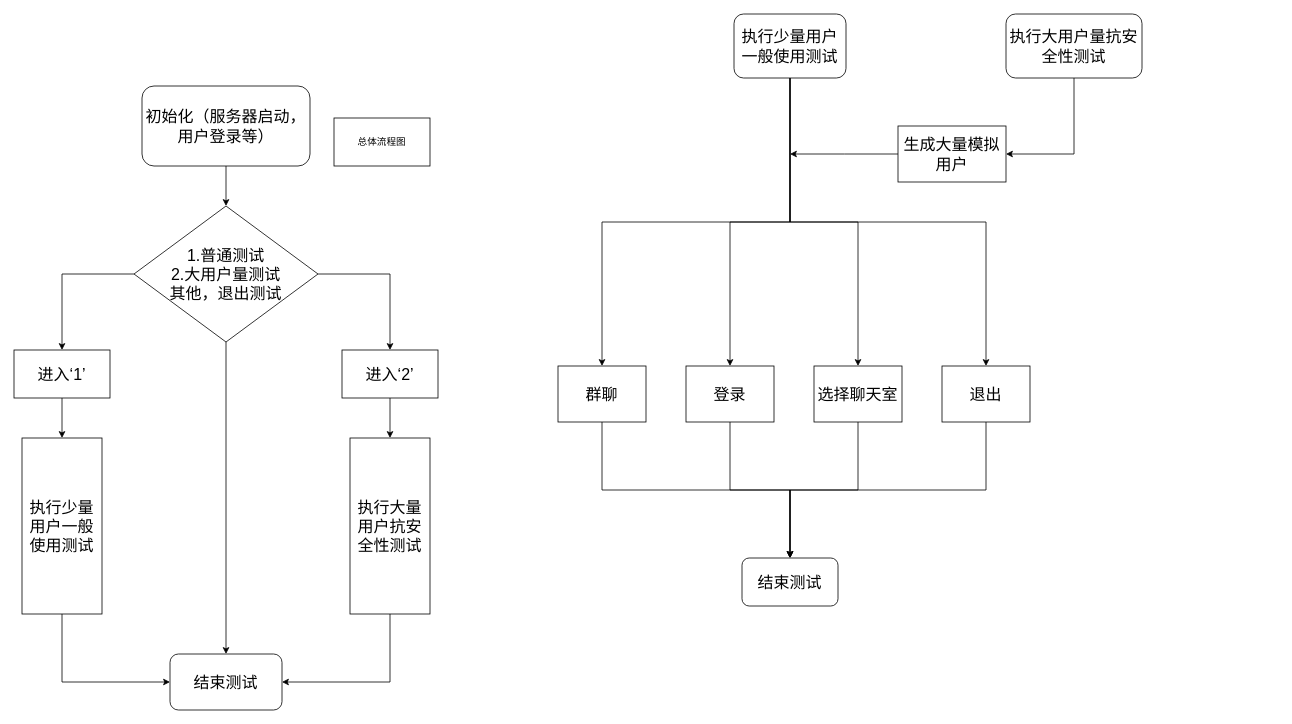
The draw.io diagram 总体流程图.drawio in AusertDream/MultiplayerChatRoom, before the edit. Source tidied: cells renumbered, new cells numbered last; positions are measured from the earlier drawing's top-left corner, leaving out a move shared by most shapes. Both pictures are drawn from the tidied source at 80%, with x=0, y=0 at pixel (14, 14).
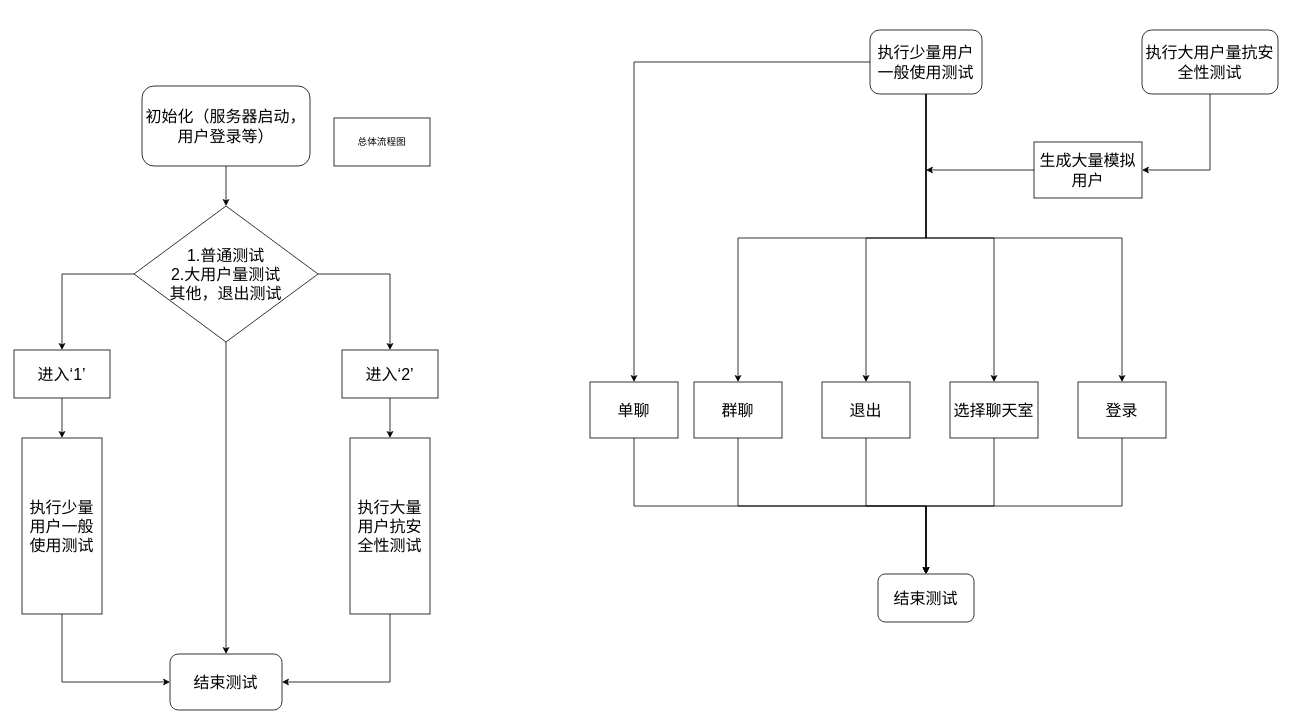
The same diagram, later.

Commit message:
更新总体流程图.drawio

Change to the diagram source:
```diff
@@
     <mxCell id="18" style="edgeStyle=orthogonalEdgeStyle;rounded=0;jettySize=auto;html=1;entryX=0.5;entryY=0;entryDx=0;entryDy=0;" parent="1" edge="1" source="22" target="28">
       <mxGeometry relative="1" as="geometry">
         <Array as="points">
-          <mxPoint x="970" y="260" />
-          <mxPoint x="895" y="260" />
+          <mxPoint x="1140" y="280" />
+          <mxPoint x="1065" y="280" />
         </Array>
       </mxGeometry>
     </mxCell>
@@
+    <mxCell id="36" style="edgeStyle=orthogonalEdgeStyle;rounded=0;jettySize=auto;html=1;entryX=0.5;entryY=0;entryDx=0;entryDy=0;" parent="1" edge="1" source="22" target="38">
+      <mxGeometry relative="1" as="geometry" />
+    </mxCell>
     <mxCell id="22" value="&lt;font style=&quot;font-size: 20px;&quot;&gt;执行少量用户一般使用测试&lt;/font&gt;" style="rounded=1;whiteSpace=wrap;html=1;" parent="1" vertex="1">
-      <mxGeometry x="900" width="140" height="80" as="geometry" />
+      <mxGeometry x="1070" y="20" width="140" height="80" as="geometry" />
     </mxCell>
@@
     <mxCell id="24" value="&lt;font style=&quot;font-size: 20px;&quot;&gt;执行大用户量抗安全性测试&lt;/font&gt;" style="rounded=1;whiteSpace=wrap;html=1;" parent="1" vertex="1">
-      <mxGeometry x="1240" width="170" height="80" as="geometry" />
+      <mxGeometry x="1410" y="20" width="170" height="80" as="geometry" />
     </mxCell>
@@
     <mxCell id="26" value="&lt;font style=&quot;font-size: 20px;&quot;&gt;群聊&lt;/font&gt;" style="rounded=0;whiteSpace=wrap;html=1;" parent="1" vertex="1">
-      <mxGeometry x="680" y="440" width="110" height="70" as="geometry" />
+      <mxGeometry x="850" y="460" width="110" height="70" as="geometry" />
     </mxCell>
@@
-    <mxCell id="28" value="&lt;span style=&quot;font-size: 20px;&quot;&gt;登录&lt;/span&gt;" style="rounded=0;whiteSpace=wrap;html=1;" parent="1" vertex="1">
-      <mxGeometry x="840" y="440" width="110" height="70" as="geometry" />
+    <mxCell id="28" value="&lt;span style=&quot;font-size: 20px;&quot;&gt;退出&lt;/span&gt;" style="rounded=0;whiteSpace=wrap;html=1;" parent="1" vertex="1">
+      <mxGeometry x="1010" y="460" width="110" height="70" as="geometry" />
     </mxCell>
@@
     <mxCell id="30" value="&lt;span style=&quot;font-size: 20px;&quot;&gt;选择聊天室&lt;/span&gt;" style="rounded=0;whiteSpace=wrap;html=1;" parent="1" vertex="1">
-      <mxGeometry x="1000" y="440" width="110" height="70" as="geometry" />
+      <mxGeometry x="1170" y="460" width="110" height="70" as="geometry" />
     </mxCell>
@@
-    <mxCell id="32" value="&lt;span style=&quot;font-size: 20px;&quot;&gt;退出&lt;/span&gt;" style="rounded=0;whiteSpace=wrap;html=1;" parent="1" vertex="1">
-      <mxGeometry x="1160" y="440" width="110" height="70" as="geometry" />
+    <mxCell id="32" value="&lt;span style=&quot;font-size: 20px;&quot;&gt;登录&lt;/span&gt;" style="rounded=0;whiteSpace=wrap;html=1;" parent="1" vertex="1">
+      <mxGeometry x="1330" y="460" width="110" height="70" as="geometry" />
     </mxCell>
     <mxCell id="33" style="edgeStyle=orthogonalEdgeStyle;rounded=0;jettySize=auto;html=1;" parent="1" edge="1" source="34">
       <mxGeometry relative="1" as="geometry">
-        <mxPoint x="970" y="175" as="targetPoint" />
+        <mxPoint x="1140" y="195" as="targetPoint" />
       </mxGeometry>
     </mxCell>
     <mxCell id="34" value="&lt;font style=&quot;font-size: 20px;&quot;&gt;生成大量模拟用户&lt;/font&gt;" style="rounded=0;whiteSpace=wrap;html=1;" parent="1" vertex="1">
-      <mxGeometry x="1105" y="140" width="135" height="70" as="geometry" />
+      <mxGeometry x="1275" y="160" width="135" height="70" as="geometry" />
     </mxCell>
     <mxCell id="35" value="&lt;font style=&quot;font-size: 20px;&quot;&gt;结束测试&lt;/font&gt;" style="rounded=1;whiteSpace=wrap;html=1;" parent="1" vertex="1">
-      <mxGeometry x="910" y="680" width="120" height="60" as="geometry" />
+      <mxGeometry x="1080" y="700" width="120" height="60" as="geometry" />
     </mxCell>
+    <mxCell id="37" style="edgeStyle=orthogonalEdgeStyle;rounded=0;jettySize=auto;html=1;entryX=0.5;entryY=0;entryDx=0;entryDy=0;exitX=0.5;exitY=1;exitDx=0;exitDy=0;" parent="1" edge="1" source="38" target="35">
+      <mxGeometry relative="1" as="geometry">
+        <Array as="points">
+          <mxPoint x="775" y="615" />
+          <mxPoint x="1140" y="615" />
+        </Array>
+      </mxGeometry>
+    </mxCell>
+    <mxCell id="38" value="&lt;span style=&quot;font-size: 20px;&quot;&gt;单聊&lt;/span&gt;" style="rounded=0;whiteSpace=wrap;html=1;" parent="1" vertex="1">
+      <mxGeometry x="720" y="460" width="110" height="70" as="geometry" />
+    </mxCell>
```
